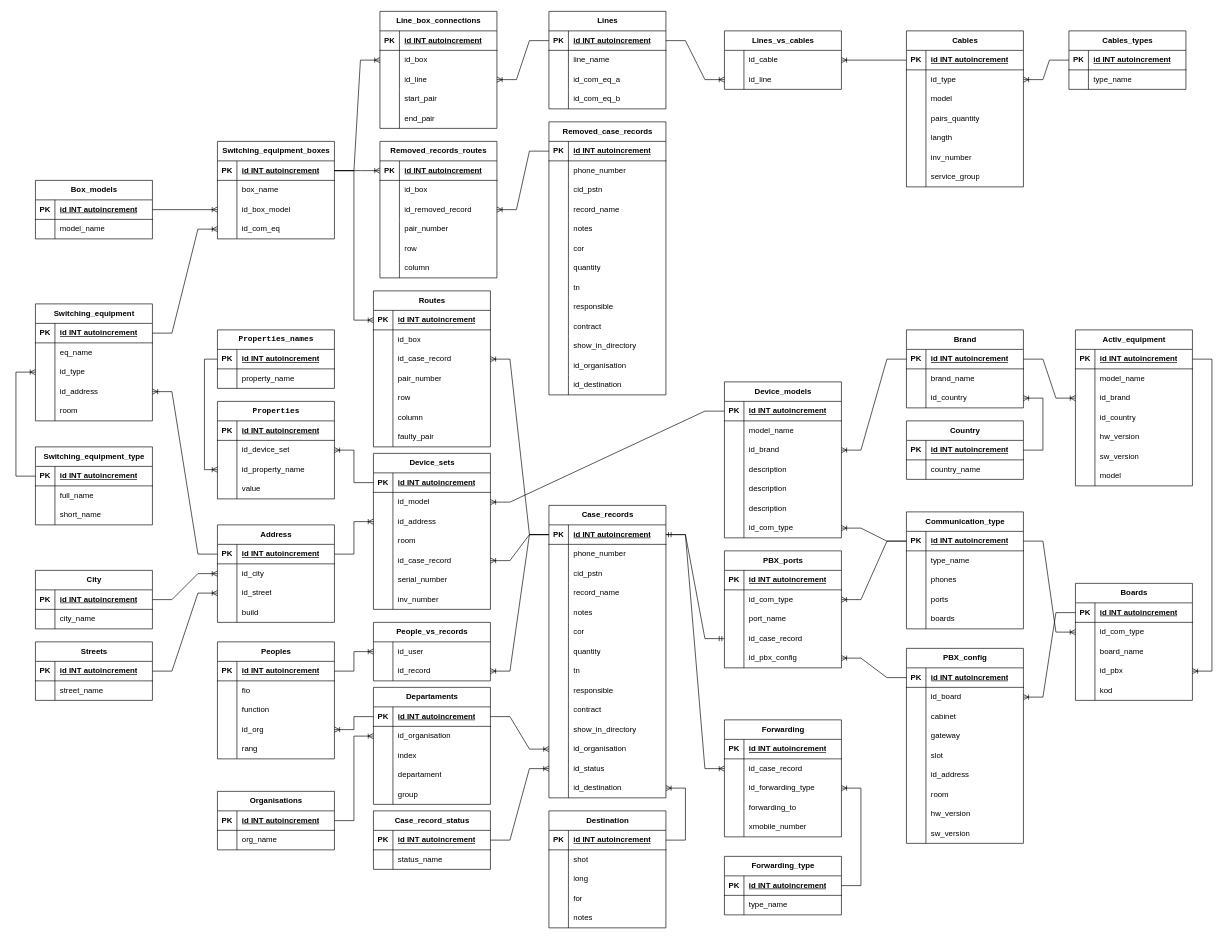
Above: Project/БД для проекта.drawio in AndyHustler/HomeworkForJSFullStack (draw.io), before the change. Source tidied: cells renumbered, new cells numbered last; positions are measured from the earlier drawing's top-left corner, leaving out a move shared by most shapes. Both pictures are drawn from the tidied source at 65%, with x=0, y=0 at pixel (16, 11).
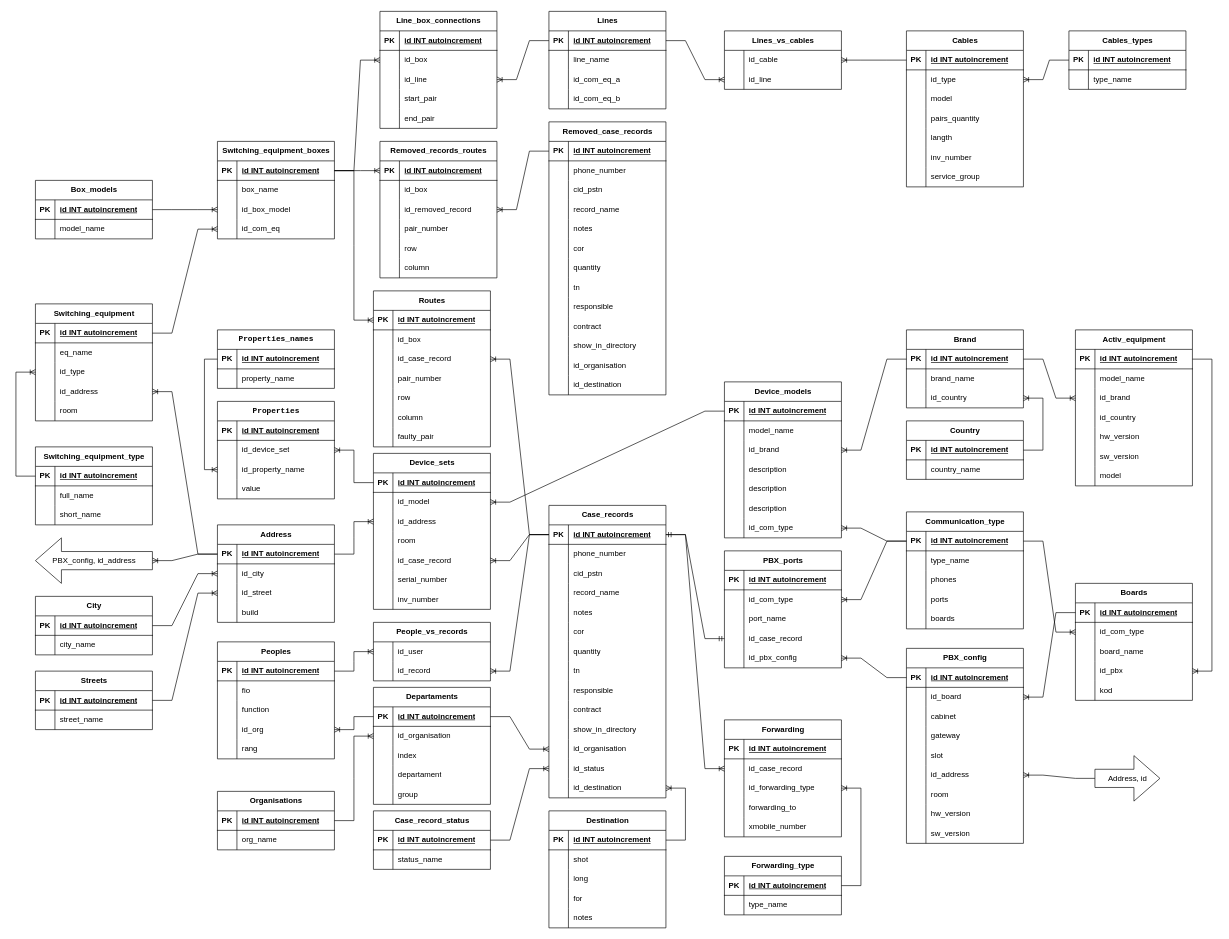
After the change.

The change refers to these unchanged cells:
```xml
<mxCell id="44" style="shape=tableRow;horizontal=0;startSize=0;swimlaneHead=0;swimlaneBody=0;fillColor=none;points=[[0,0.5],[1,0.5]];portConstraint=eastwest;top=0;left=0;right=0;bottom=1;" parent="43" vertex="1">
  <mxGeometry y="30" width="180" height="30" as="geometry" />
</mxCell>
<mxCell id="439" style="shape=tableRow;horizontal=0;startSize=0;swimlaneHead=0;swimlaneBody=0;fillColor=none;points=[[0,0.5],[1,0.5]];portConstraint=eastwest;top=0;left=0;right=0;bottom=0;" parent="423" vertex="1">
  <mxGeometry y="180" width="180" height="30" as="geometry" />
</mxCell>
```

The edit, as a diff of the source:
```diff
@@
     <mxCell id="194" value="City" style="shape=table;startSize=30;childLayout=tableLayout;rowLines=0;fontStyle=1;align=center;html=1;" parent="1" vertex="1">
-      <mxGeometry x="30" y="860" width="180" height="90" as="geometry" />
+      <mxGeometry x="30" y="900" width="180" height="90" as="geometry" />
     </mxCell>
@@
     <mxCell id="202" value="Streets" style="shape=table;startSize=30;childLayout=tableLayout;rowLines=0;fontStyle=1;align=center;html=1;" parent="1" vertex="1">
-      <mxGeometry x="30" y="970" width="180" height="90" as="geometry" />
+      <mxGeometry x="30" y="1015" width="180" height="90" as="geometry" />
     </mxCell>
@@
+    <mxCell id="576" value="Address, id" style="html=1;shadow=0;dashed=0;align=center;verticalAlign=middle;shape=mxgraph.arrows2.arrow;dy=0.6;dx=40;notch=0;" parent="1" vertex="1">
+      <mxGeometry x="1660" y="1145" width="100" height="70" as="geometry" />
+    </mxCell>
+    <mxCell id="577" style="edgeStyle=entityRelationEdgeStyle;fontSize=12;html=1;endArrow=ERoneToMany;rounded=0;exitX=0;exitY=0.5;exitDx=0;exitDy=0;exitPerimeter=0;entryX=1;entryY=0.5;entryDx=0;entryDy=0;" parent="1" edge="1" source="576" target="439">
+      <mxGeometry relative="1" as="geometry" />
+    </mxCell>
+    <mxCell id="578" value="PBX_config, id_address" style="html=1;shadow=0;dashed=0;align=center;verticalAlign=middle;shape=mxgraph.arrows2.arrow;dy=0.6;dx=40;notch=0;direction=west;" parent="1" vertex="1">
+      <mxGeometry x="30" y="810" width="180" height="70" as="geometry" />
+    </mxCell>
+    <mxCell id="579" style="edgeStyle=entityRelationEdgeStyle;fontSize=12;html=1;endArrow=ERoneToMany;rounded=0;exitX=0;exitY=0.5;exitDx=0;exitDy=0;entryX=0;entryY=0.5;entryDx=0;entryDy=0;entryPerimeter=0;" parent="1" edge="1" source="44" target="578">
+      <mxGeometry relative="1" as="geometry" />
+    </mxCell>
```
